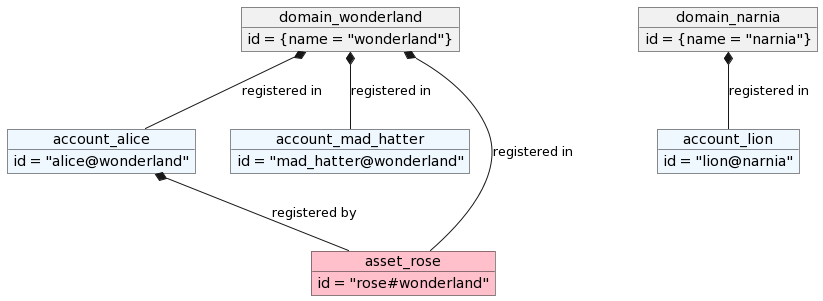
Before: src/img/domains-example.png, a diagram exported from PlantUML (hyperledger/iroha-2-docs). The source it was exported from:
```plantuml
@startuml
object domain_wonderland {
  id = {name = "wonderland"}
}
object account_alice #aliceblue {
  id = "alice@wonderland"
}
object account_mad_hatter #aliceblue {
  id = "mad_hatter@wonderland"
}

object asset_rose #pink {
  id = "rose#wonderland"
}

domain_wonderland *-- account_alice : registered in
domain_wonderland *-- asset_rose : registered in
account_alice *-- asset_rose : registered by
domain_wonderland *-- account_mad_hatter : registered in

object domain_narnia {
  id = {name = "narnia"}
}

object account_lion #aliceblue {
  id = "lion@narnia"
}

domain_narnia *-- account_lion : registered in
@enduml
```
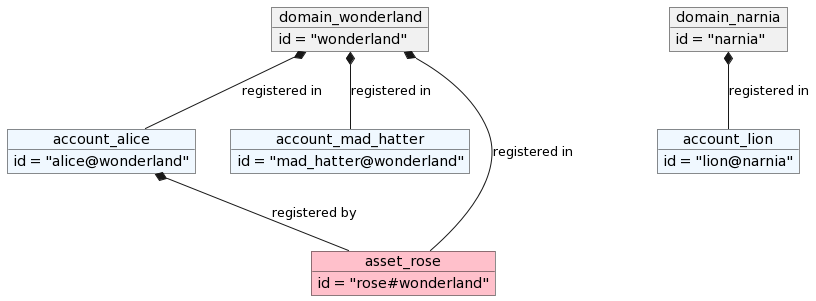
After the commit.

The edit, as a diff of the source:
```diff
@@ -1,6 +1,6 @@
 @startuml
 object domain_wonderland {
-  id = {name = "wonderland"}
+  id = "wonderland"
 }
 object account_alice #aliceblue {
   id = "alice@wonderland"
@@ -19,7 +19,7 @@
 domain_wonderland *-- account_mad_hatter : registered in
 
 object domain_narnia {
-  id = {name = "narnia"}
+  id = "narnia"
 }
 
 object account_lion #aliceblue {
```
